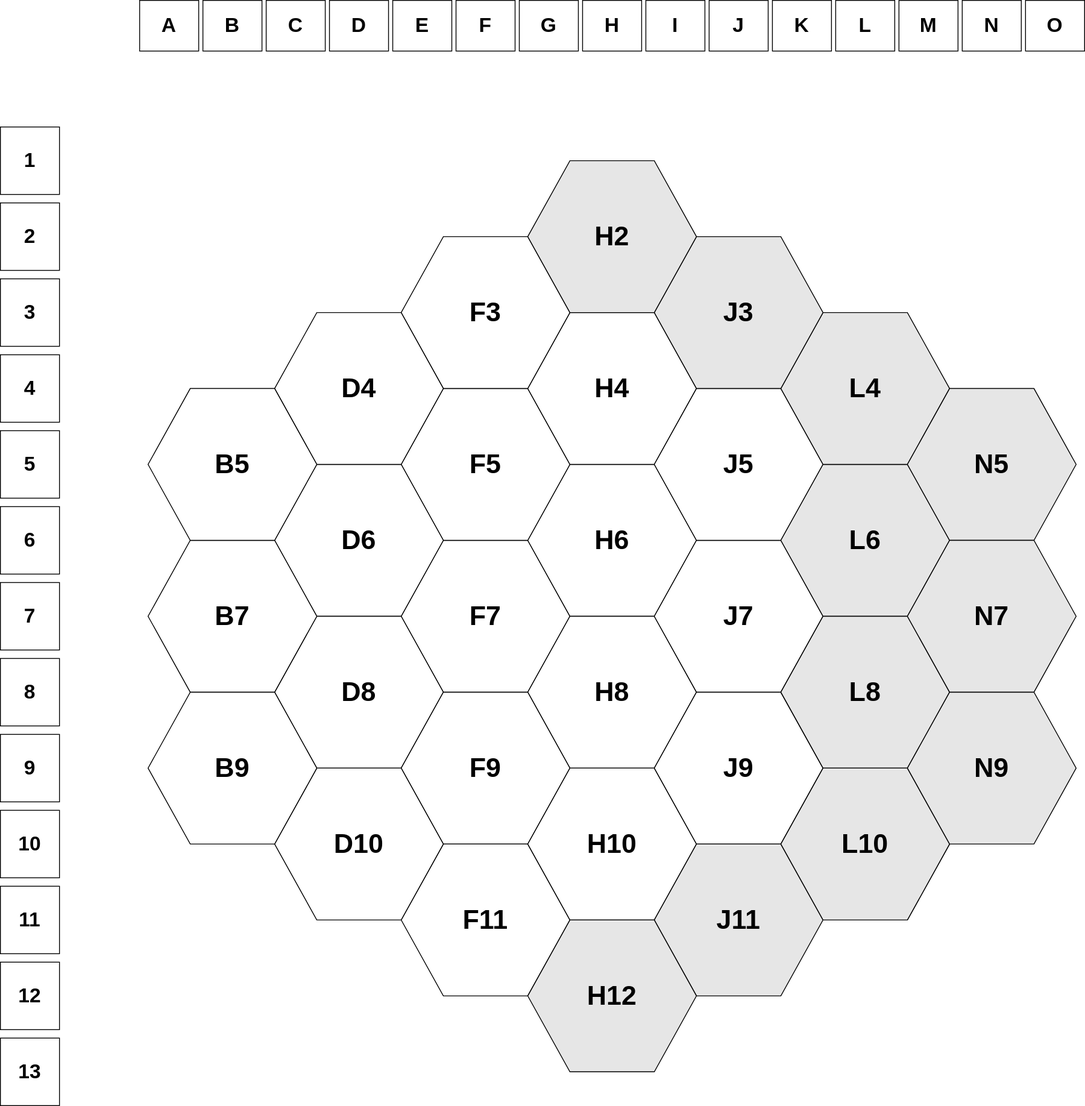
The draw.io diagram Misc/HexCoordinates.svg in MindHardt/Artisan.III, before a commit. Source tidied: cells renumbered, new cells last; positions are measured from the earlier drawing's top-left corner, leaving out a move shared by most shapes. The source it was exported from:
```xml
<mxGraphModel>
  <root>
    <mxCell id="0" />
    <mxCell id="1" parent="0" />
    <mxCell id="2" value="F5" style="shape=hexagon;perimeter=hexagonPerimeter2;whiteSpace=wrap;html=1;fixedSize=1;size=50;fontSize=32;fontStyle=1;fillColor=#000000;fillStyle=dashed;" parent="1" vertex="1">
      <mxGeometry x="925" y="550" width="200" height="180" as="geometry" />
    </mxCell>
    <mxCell id="3" value="F7" style="shape=hexagon;perimeter=hexagonPerimeter2;whiteSpace=wrap;html=1;fixedSize=1;size=50;fontSize=32;fontStyle=1;" parent="1" vertex="1">
      <mxGeometry x="475" y="640" width="200" height="180" as="geometry" />
    </mxCell>
    <mxCell id="4" value="H6" style="shape=hexagon;perimeter=hexagonPerimeter2;whiteSpace=wrap;html=1;fixedSize=1;size=50;fontSize=32;fontStyle=1;" parent="1" vertex="1">
      <mxGeometry x="625" y="550" width="200" height="180" as="geometry" />
    </mxCell>
    <mxCell id="5" value="F5" style="shape=hexagon;perimeter=hexagonPerimeter2;whiteSpace=wrap;html=1;fixedSize=1;size=50;fontSize=32;fontStyle=1;" parent="1" vertex="1">
      <mxGeometry x="475" y="460" width="200" height="180" as="geometry" />
    </mxCell>
    <mxCell id="6" value="D6" style="shape=hexagon;perimeter=hexagonPerimeter2;whiteSpace=wrap;html=1;fixedSize=1;size=50;fontSize=32;fontStyle=1;" parent="1" vertex="1">
      <mxGeometry x="325" y="550" width="200" height="180" as="geometry" />
    </mxCell>
    <mxCell id="7" value="D8" style="shape=hexagon;perimeter=hexagonPerimeter2;whiteSpace=wrap;html=1;fixedSize=1;size=50;fontSize=32;fontStyle=1;" parent="1" vertex="1">
      <mxGeometry x="325" y="730" width="200" height="180" as="geometry" />
    </mxCell>
    <mxCell id="8" value="H8" style="shape=hexagon;perimeter=hexagonPerimeter2;whiteSpace=wrap;html=1;fixedSize=1;size=50;fontSize=32;fontStyle=1;" parent="1" vertex="1">
      <mxGeometry x="625" y="730" width="200" height="180" as="geometry" />
    </mxCell>
    <mxCell id="9" value="F9" style="shape=hexagon;perimeter=hexagonPerimeter2;whiteSpace=wrap;html=1;fixedSize=1;size=50;fontSize=32;fontStyle=1;" parent="1" vertex="1">
      <mxGeometry x="475" y="820" width="200" height="180" as="geometry" />
    </mxCell>
    <mxCell id="10" value="J7" style="shape=hexagon;perimeter=hexagonPerimeter2;whiteSpace=wrap;html=1;fixedSize=1;size=50;fontSize=32;fontStyle=1;" parent="1" vertex="1">
      <mxGeometry x="775" y="640" width="200" height="180" as="geometry" />
    </mxCell>
    <mxCell id="11" value="B7" style="shape=hexagon;perimeter=hexagonPerimeter2;whiteSpace=wrap;html=1;fixedSize=1;size=50;fontSize=32;fontStyle=1;" parent="1" vertex="1">
      <mxGeometry x="175" y="640" width="200" height="180" as="geometry" />
    </mxCell>
    <mxCell id="12" value="F11" style="shape=hexagon;perimeter=hexagonPerimeter2;whiteSpace=wrap;html=1;fixedSize=1;size=50;fontSize=32;fontStyle=1;" parent="1" vertex="1">
      <mxGeometry x="475" y="1000" width="200" height="180" as="geometry" />
    </mxCell>
    <mxCell id="13" value="H4" style="shape=hexagon;perimeter=hexagonPerimeter2;whiteSpace=wrap;html=1;fixedSize=1;size=50;fontSize=32;fontStyle=1;" parent="1" vertex="1">
      <mxGeometry x="625" y="370" width="200" height="180" as="geometry" />
    </mxCell>
    <mxCell id="14" value="F3" style="shape=hexagon;perimeter=hexagonPerimeter2;whiteSpace=wrap;html=1;fixedSize=1;size=50;fontSize=32;fontStyle=1;" parent="1" vertex="1">
      <mxGeometry x="475" y="280" width="200" height="180" as="geometry" />
    </mxCell>
    <mxCell id="15" value="H10" style="shape=hexagon;perimeter=hexagonPerimeter2;whiteSpace=wrap;html=1;fixedSize=1;size=50;fontSize=32;fontStyle=1;" parent="1" vertex="1">
      <mxGeometry x="625" y="910" width="200" height="180" as="geometry" />
    </mxCell>
    <mxCell id="16" value="D10" style="shape=hexagon;perimeter=hexagonPerimeter2;whiteSpace=wrap;html=1;fixedSize=1;size=50;fontSize=32;fontStyle=1;" parent="1" vertex="1">
      <mxGeometry x="325" y="910" width="200" height="180" as="geometry" />
    </mxCell>
    <mxCell id="17" value="D4" style="shape=hexagon;perimeter=hexagonPerimeter2;whiteSpace=wrap;html=1;fixedSize=1;size=50;fontSize=32;fontStyle=1;" parent="1" vertex="1">
      <mxGeometry x="325" y="370" width="200" height="180" as="geometry" />
    </mxCell>
    <mxCell id="18" value="J5" style="shape=hexagon;perimeter=hexagonPerimeter2;whiteSpace=wrap;html=1;fixedSize=1;size=50;fontSize=32;fontStyle=1;" parent="1" vertex="1">
      <mxGeometry x="775" y="460" width="200" height="180" as="geometry" />
    </mxCell>
    <mxCell id="19" value="J9" style="shape=hexagon;perimeter=hexagonPerimeter2;whiteSpace=wrap;html=1;fixedSize=1;size=50;fontSize=32;fontStyle=1;" parent="1" vertex="1">
      <mxGeometry x="775" y="820" width="200" height="180" as="geometry" />
    </mxCell>
    <mxCell id="20" value="B5" style="shape=hexagon;perimeter=hexagonPerimeter2;whiteSpace=wrap;html=1;fixedSize=1;size=50;fontSize=32;fontStyle=1;" parent="1" vertex="1">
      <mxGeometry x="175" y="460" width="200" height="180" as="geometry" />
    </mxCell>
    <mxCell id="21" value="B9" style="shape=hexagon;perimeter=hexagonPerimeter2;whiteSpace=wrap;html=1;fixedSize=1;size=50;fontSize=32;fontStyle=1;" parent="1" vertex="1">
      <mxGeometry x="175" y="820" width="200" height="180" as="geometry" />
    </mxCell>
    <mxCell id="22" value="F7" style="shape=hexagon;perimeter=hexagonPerimeter2;whiteSpace=wrap;html=1;fixedSize=1;size=50;fontSize=32;fontStyle=1;fillColor=#000000;fillStyle=dashed;" parent="1" vertex="1">
      <mxGeometry x="925" y="730" width="200" height="180" as="geometry" />
    </mxCell>
    <mxCell id="23" value="F9" style="shape=hexagon;perimeter=hexagonPerimeter2;whiteSpace=wrap;html=1;fixedSize=1;size=50;fontSize=32;fontStyle=1;fillColor=#000000;fillStyle=dashed;" parent="1" vertex="1">
      <mxGeometry x="925" y="910" width="200" height="180" as="geometry" />
    </mxCell>
    <mxCell id="24" value="J11" style="shape=hexagon;perimeter=hexagonPerimeter2;whiteSpace=wrap;html=1;fixedSize=1;size=50;fontSize=32;fontStyle=1;fillColor=#E6E6E6;fillStyle=solid;" parent="1" vertex="1">
      <mxGeometry x="775" y="1000" width="200" height="180" as="geometry" />
    </mxCell>
    <mxCell id="25" value="H12" style="shape=hexagon;perimeter=hexagonPerimeter2;whiteSpace=wrap;html=1;fixedSize=1;size=50;fontSize=32;fontStyle=1;fillColor=#E6E6E6;fillStyle=solid;" parent="1" vertex="1">
      <mxGeometry x="625" y="1090" width="200" height="180" as="geometry" />
    </mxCell>
    <mxCell id="26" value="L6" style="shape=hexagon;perimeter=hexagonPerimeter2;whiteSpace=wrap;html=1;fixedSize=1;size=50;fontSize=32;fontStyle=1;fillColor=#E6E6E6;fillStyle=solid;" parent="1" vertex="1">
      <mxGeometry x="925" y="550" width="200" height="180" as="geometry" />
    </mxCell>
    <mxCell id="27" value="L8" style="shape=hexagon;perimeter=hexagonPerimeter2;whiteSpace=wrap;html=1;fixedSize=1;size=50;fontSize=32;fontStyle=1;fillColor=#E6E6E6;fillStyle=solid;" parent="1" vertex="1">
      <mxGeometry x="925" y="730" width="200" height="180" as="geometry" />
    </mxCell>
    <mxCell id="28" value="L10" style="shape=hexagon;perimeter=hexagonPerimeter2;whiteSpace=wrap;html=1;fixedSize=1;size=50;fontSize=32;fontStyle=1;fillColor=#E6E6E6;fillStyle=solid;" parent="1" vertex="1">
      <mxGeometry x="925" y="910" width="200" height="180" as="geometry" />
    </mxCell>
    <mxCell id="29" value="A" style="rounded=0;whiteSpace=wrap;html=1;fontSize=24;fontStyle=1;" parent="1" vertex="1">
      <mxGeometry x="165" width="70" height="60" as="geometry" />
    </mxCell>
    <mxCell id="30" value="2" style="rounded=0;whiteSpace=wrap;html=1;fontSize=24;fontStyle=1;" parent="1" vertex="1">
      <mxGeometry y="240" width="70" height="80" as="geometry" />
    </mxCell>
    <mxCell id="31" value="3" style="rounded=0;whiteSpace=wrap;html=1;fontSize=24;fontStyle=1;" parent="1" vertex="1">
      <mxGeometry y="330" width="70" height="80" as="geometry" />
    </mxCell>
    <mxCell id="32" value="4" style="rounded=0;whiteSpace=wrap;html=1;fontSize=24;fontStyle=1;" parent="1" vertex="1">
      <mxGeometry y="420" width="70" height="80" as="geometry" />
    </mxCell>
    <mxCell id="33" value="5" style="rounded=0;whiteSpace=wrap;html=1;fontSize=24;fontStyle=1;" parent="1" vertex="1">
      <mxGeometry y="510" width="70" height="80" as="geometry" />
    </mxCell>
    <mxCell id="34" value="6" style="rounded=0;whiteSpace=wrap;html=1;fontSize=24;fontStyle=1;" parent="1" vertex="1">
      <mxGeometry y="600" width="70" height="80" as="geometry" />
    </mxCell>
    <mxCell id="35" value="7" style="rounded=0;whiteSpace=wrap;html=1;fontSize=24;fontStyle=1;" parent="1" vertex="1">
      <mxGeometry y="690" width="70" height="80" as="geometry" />
    </mxCell>
    <mxCell id="36" value="8" style="rounded=0;whiteSpace=wrap;html=1;fontSize=24;fontStyle=1;" parent="1" vertex="1">
      <mxGeometry y="780" width="70" height="80" as="geometry" />
    </mxCell>
    <mxCell id="37" value="9" style="rounded=0;whiteSpace=wrap;html=1;fontSize=24;fontStyle=1;" parent="1" vertex="1">
      <mxGeometry y="870" width="70" height="80" as="geometry" />
    </mxCell>
    <mxCell id="38" value="10" style="rounded=0;whiteSpace=wrap;html=1;fontSize=24;fontStyle=1;" parent="1" vertex="1">
      <mxGeometry y="960" width="70" height="80" as="geometry" />
    </mxCell>
    <mxCell id="39" value="1" style="rounded=0;whiteSpace=wrap;html=1;fontSize=24;fontStyle=1;" parent="1" vertex="1">
      <mxGeometry y="150" width="70" height="80" as="geometry" />
    </mxCell>
    <mxCell id="40" value="11" style="rounded=0;whiteSpace=wrap;html=1;fontSize=24;fontStyle=1;" parent="1" vertex="1">
      <mxGeometry y="1050" width="70" height="80" as="geometry" />
    </mxCell>
    <mxCell id="41" value="12" style="rounded=0;whiteSpace=wrap;html=1;fontSize=24;fontStyle=1;" parent="1" vertex="1">
      <mxGeometry y="1140" width="70" height="80" as="geometry" />
    </mxCell>
    <mxCell id="42" value="13" style="rounded=0;whiteSpace=wrap;html=1;fontSize=24;fontStyle=1;" parent="1" vertex="1">
      <mxGeometry y="1230" width="70" height="80" as="geometry" />
    </mxCell>
    <mxCell id="43" value="L4" style="shape=hexagon;perimeter=hexagonPerimeter2;whiteSpace=wrap;html=1;fixedSize=1;size=50;fontSize=32;fontStyle=1;fillColor=#E6E6E6;fillStyle=solid;" parent="1" vertex="1">
      <mxGeometry x="925" y="370" width="200" height="180" as="geometry" />
    </mxCell>
    <mxCell id="44" value="J3" style="shape=hexagon;perimeter=hexagonPerimeter2;whiteSpace=wrap;html=1;fixedSize=1;size=50;fontSize=32;fontStyle=1;fillColor=#E6E6E6;fillStyle=solid;" parent="1" vertex="1">
      <mxGeometry x="775" y="280" width="200" height="180" as="geometry" />
    </mxCell>
    <mxCell id="45" value="H2" style="shape=hexagon;perimeter=hexagonPerimeter2;whiteSpace=wrap;html=1;fixedSize=1;size=50;fontSize=32;fontStyle=1;fillColor=#E6E6E6;fillStyle=solid;" parent="1" vertex="1">
      <mxGeometry x="625" y="190" width="200" height="180" as="geometry" />
    </mxCell>
    <mxCell id="46" value="N5" style="shape=hexagon;perimeter=hexagonPerimeter2;whiteSpace=wrap;html=1;fixedSize=1;size=50;fontSize=32;fontStyle=1;fillColor=#E6E6E6;fillStyle=solid;" parent="1" vertex="1">
      <mxGeometry x="1075" y="460" width="200" height="180" as="geometry" />
    </mxCell>
    <mxCell id="47" value="N7" style="shape=hexagon;perimeter=hexagonPerimeter2;whiteSpace=wrap;html=1;fixedSize=1;size=50;fontSize=32;fontStyle=1;fillColor=#E6E6E6;fillStyle=solid;" parent="1" vertex="1">
      <mxGeometry x="1075" y="640" width="200" height="180" as="geometry" />
    </mxCell>
    <mxCell id="48" value="N9" style="shape=hexagon;perimeter=hexagonPerimeter2;whiteSpace=wrap;html=1;fixedSize=1;size=50;fontSize=32;fontStyle=1;fillColor=#E6E6E6;fillStyle=solid;" parent="1" vertex="1">
      <mxGeometry x="1075" y="820" width="200" height="180" as="geometry" />
    </mxCell>
    <mxCell id="49" value="C" style="rounded=0;whiteSpace=wrap;html=1;fontSize=24;fontStyle=1;" parent="1" vertex="1">
      <mxGeometry x="315" width="70" height="60" as="geometry" />
    </mxCell>
    <mxCell id="50" value="B" style="rounded=0;whiteSpace=wrap;html=1;fontSize=24;fontStyle=1;" parent="1" vertex="1">
      <mxGeometry x="240" width="70" height="60" as="geometry" />
    </mxCell>
    <mxCell id="51" value="D" style="rounded=0;whiteSpace=wrap;html=1;fontSize=24;fontStyle=1;" parent="1" vertex="1">
      <mxGeometry x="390" width="70" height="60" as="geometry" />
    </mxCell>
    <mxCell id="52" value="E" style="rounded=0;whiteSpace=wrap;html=1;fontSize=24;fontStyle=1;" parent="1" vertex="1">
      <mxGeometry x="465" width="70" height="60" as="geometry" />
    </mxCell>
    <mxCell id="53" value="F" style="rounded=0;whiteSpace=wrap;html=1;fontSize=24;fontStyle=1;" parent="1" vertex="1">
      <mxGeometry x="540" width="70" height="60" as="geometry" />
    </mxCell>
    <mxCell id="54" value="G" style="rounded=0;whiteSpace=wrap;html=1;fontSize=24;fontStyle=1;" parent="1" vertex="1">
      <mxGeometry x="615" width="70" height="60" as="geometry" />
    </mxCell>
    <mxCell id="55" value="J" style="rounded=0;whiteSpace=wrap;html=1;fontSize=24;fontStyle=1;" parent="1" vertex="1">
      <mxGeometry x="840" width="70" height="60" as="geometry" />
    </mxCell>
    <mxCell id="56" value="H" style="rounded=0;whiteSpace=wrap;html=1;fontSize=24;fontStyle=1;" parent="1" vertex="1">
      <mxGeometry x="690" width="70" height="60" as="geometry" />
    </mxCell>
    <mxCell id="57" value="I" style="rounded=0;whiteSpace=wrap;html=1;fontSize=24;fontStyle=1;" parent="1" vertex="1">
      <mxGeometry x="765" width="70" height="60" as="geometry" />
    </mxCell>
    <mxCell id="58" value="K" style="rounded=0;whiteSpace=wrap;html=1;fontSize=24;fontStyle=1;" parent="1" vertex="1">
      <mxGeometry x="915" width="70" height="60" as="geometry" />
    </mxCell>
    <mxCell id="59" value="L" style="rounded=0;whiteSpace=wrap;html=1;fontSize=24;fontStyle=1;" parent="1" vertex="1">
      <mxGeometry x="990" width="70" height="60" as="geometry" />
    </mxCell>
    <mxCell id="60" value="M" style="rounded=0;whiteSpace=wrap;html=1;fontSize=24;fontStyle=1;" parent="1" vertex="1">
      <mxGeometry x="1065" width="70" height="60" as="geometry" />
    </mxCell>
    <mxCell id="61" value="N" style="rounded=0;whiteSpace=wrap;html=1;fontSize=24;fontStyle=1;" parent="1" vertex="1">
      <mxGeometry x="1140" width="70" height="60" as="geometry" />
    </mxCell>
    <mxCell id="62" value="O" style="rounded=0;whiteSpace=wrap;html=1;fontSize=24;fontStyle=1;" parent="1" vertex="1">
      <mxGeometry x="1215" width="70" height="60" as="geometry" />
    </mxCell>
  </root>
</mxGraphModel>
```
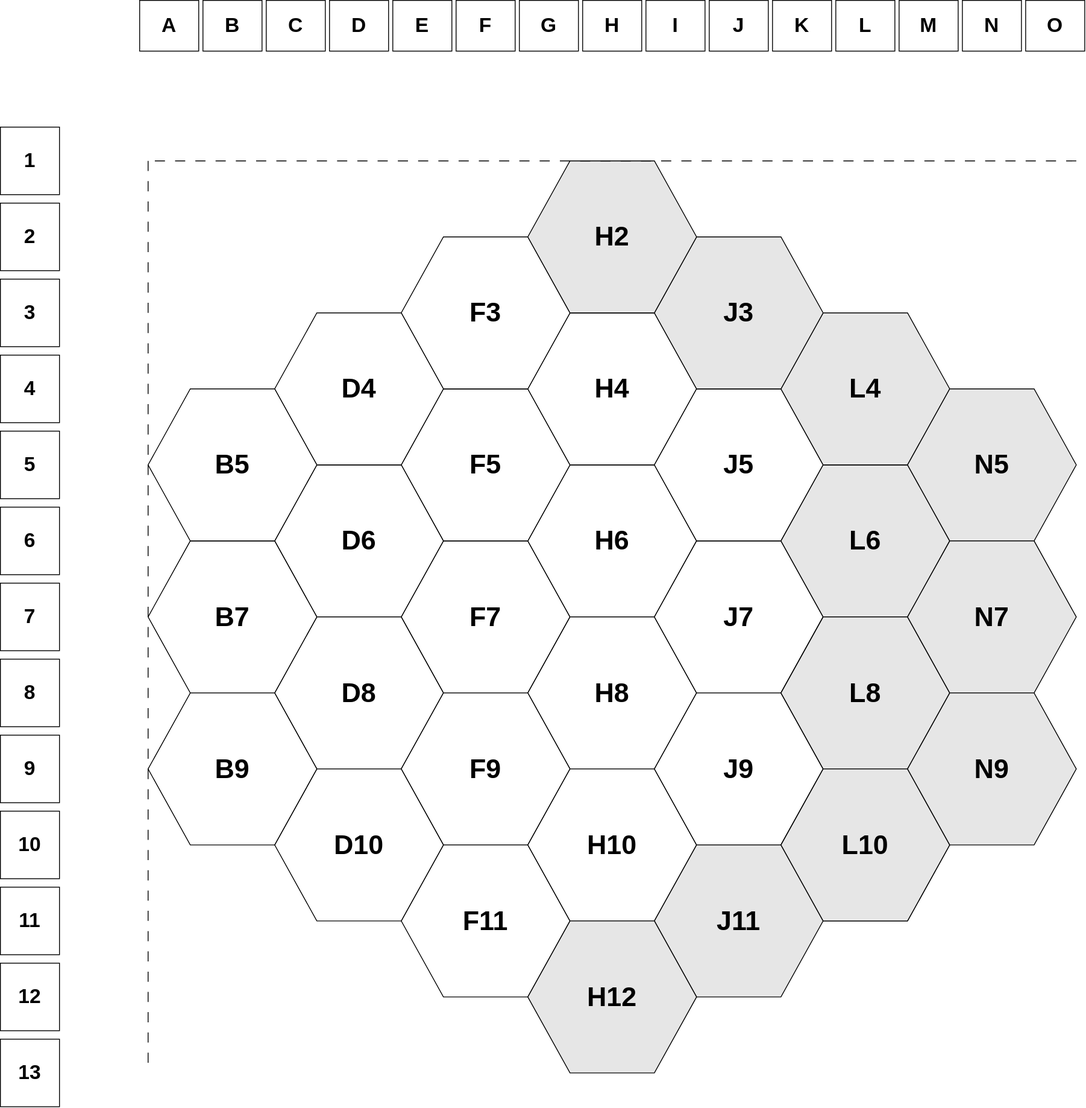
Later version of the same file.

Diff of the diagram source:
```diff
@@ -185,5 +185,17 @@
     <mxCell id="62" value="O" style="rounded=0;whiteSpace=wrap;html=1;fontSize=24;fontStyle=1;" parent="1" vertex="1">
       <mxGeometry x="1215" width="70" height="60" as="geometry" />
     </mxCell>
+    <mxCell id="63" style="endArrow=none;html=1;rounded=0;exitX=0;exitY=0;exitDx=0;exitDy=0;entryX=0;entryY=1;entryDx=0;entryDy=0;dashed=1;dashPattern=12 12;" parent="1" edge="1">
+      <mxGeometry relative="1" as="geometry">
+        <mxPoint x="175" y="190" as="sourcePoint" />
+        <mxPoint x="175" y="1270" as="targetPoint" />
+      </mxGeometry>
+    </mxCell>
+    <mxCell id="64" style="endArrow=none;html=1;rounded=0;exitX=1;exitY=0;exitDx=0;exitDy=0;dashed=1;dashPattern=12 12;entryX=0;entryY=0;entryDx=0;entryDy=0;" parent="1" edge="1">
+      <mxGeometry relative="1" as="geometry">
+        <mxPoint x="1275" y="190" as="sourcePoint" />
+        <mxPoint x="175" y="190" as="targetPoint" />
+      </mxGeometry>
+    </mxCell>
   </root>
 </mxGraphModel>
```
